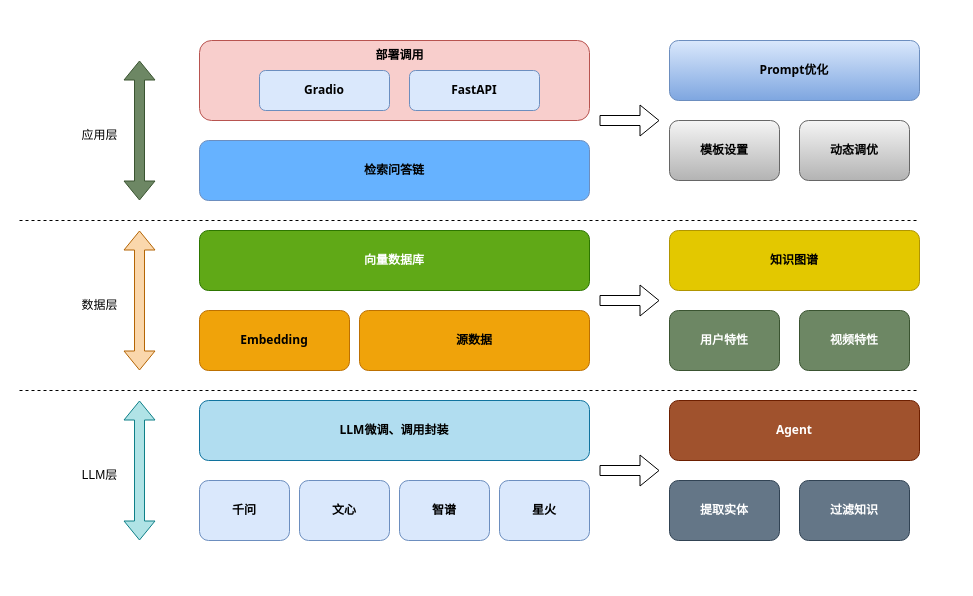
Above: 未命名绘图.drawio in xxs980/Test (draw.io), before the change. Source tidied: cells renumbered, new cells numbered last; positions are measured from the earlier drawing's top-left corner, leaving out a move shared by most shapes. Both pictures are drawn from the tidied source at 100%, with x=0, y=0 at pixel (19, 40).
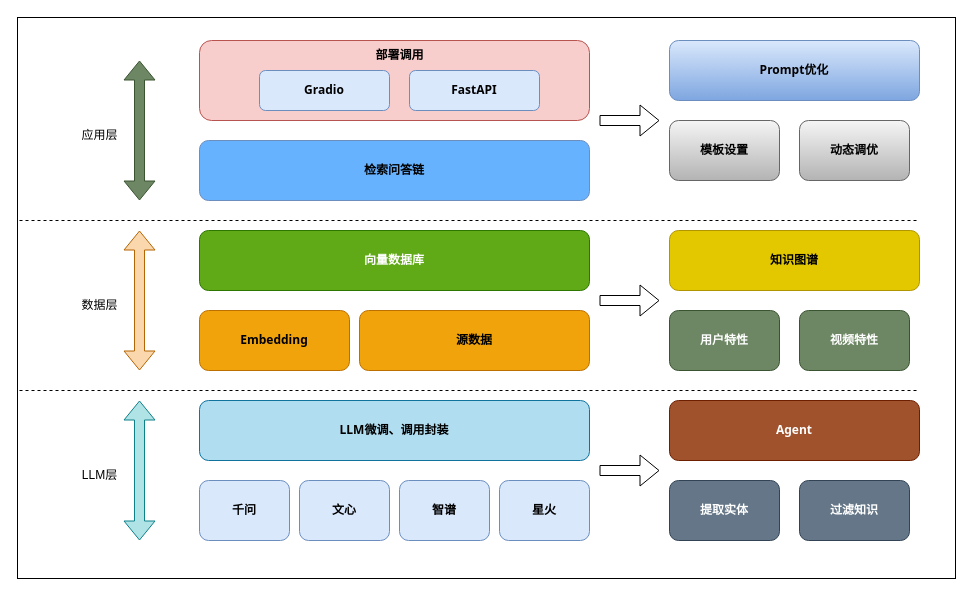
After the change.

Commit message:
技术框架图.drawio

Diff of the diagram source:
```diff
@@
+    <mxCell id="35" style="rounded=0;whiteSpace=wrap;html=1;" parent="1" vertex="1">
+      <mxGeometry x="-2" y="-23" width="938" height="561" as="geometry" />
+    </mxCell>
```
